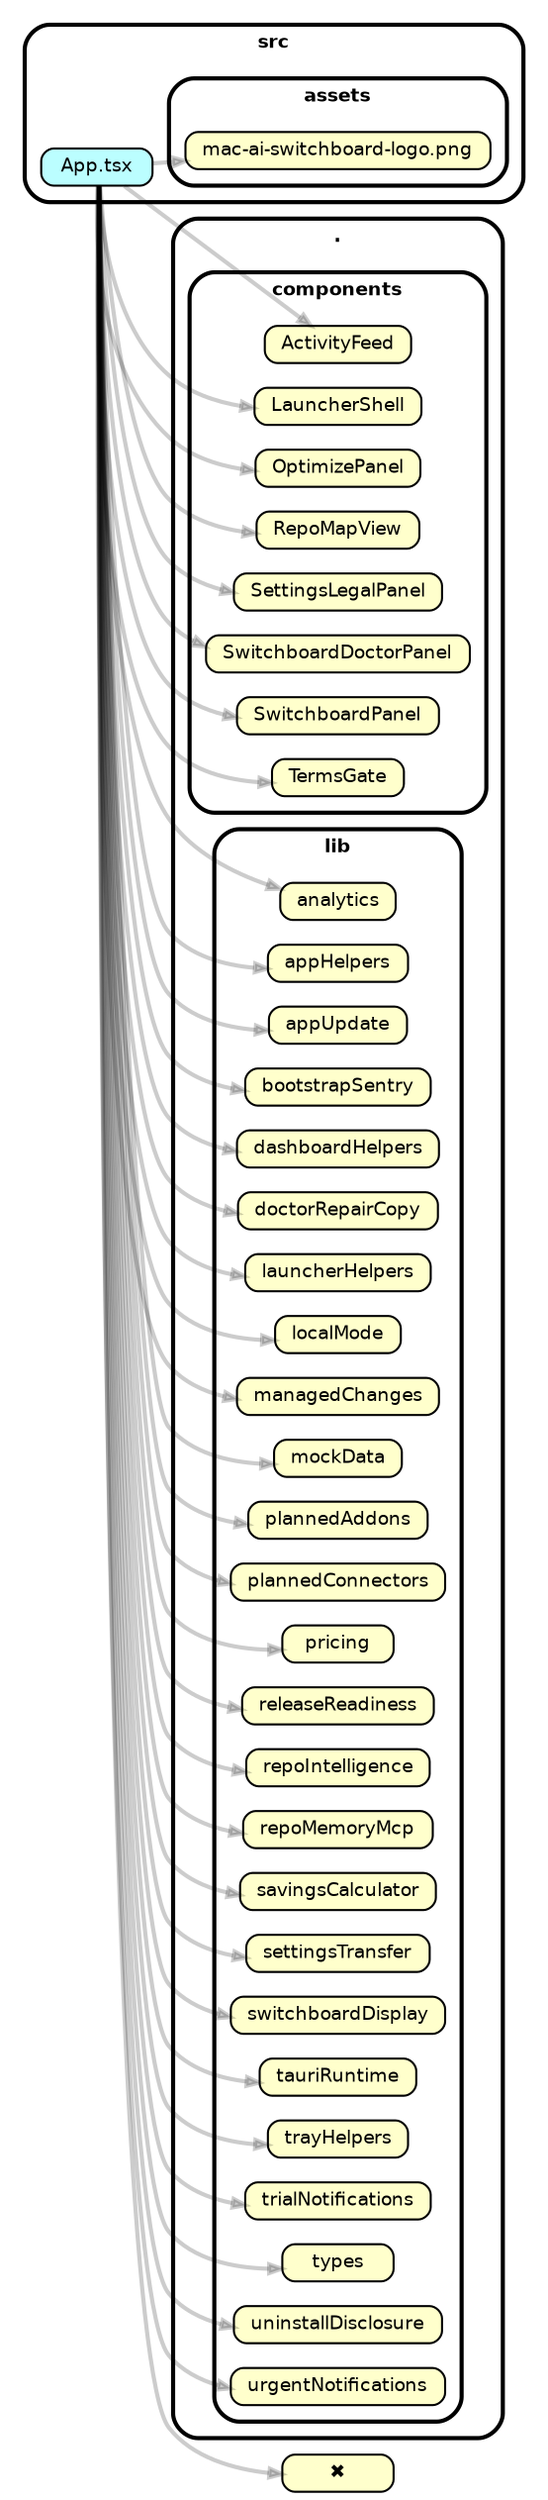
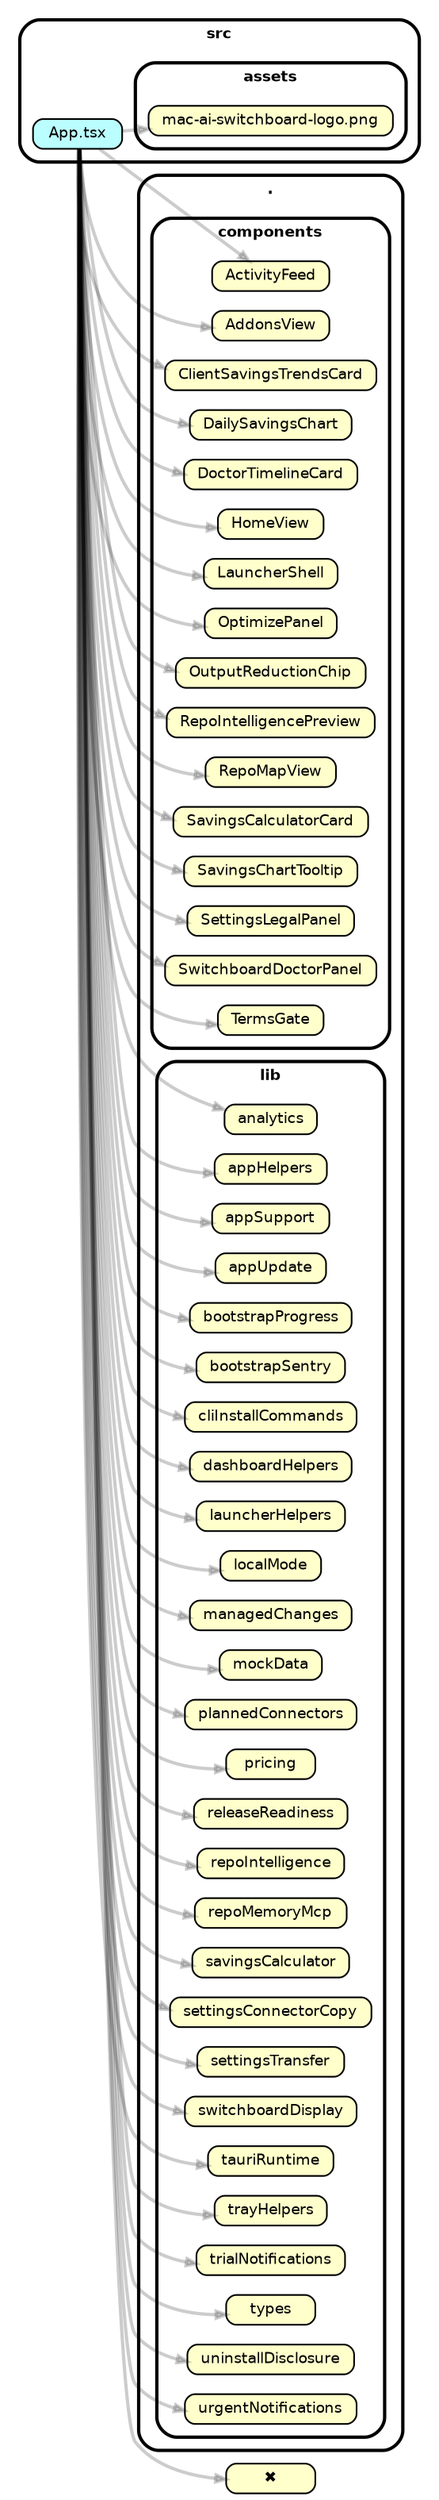
strict digraph "dependency-cruiser output"{
    rankdir="LR" splines="true" overlap="false" nodesep="0.16" ranksep="0.18" fontname="Helvetica-bold" fontsize="9" style="rounded,bold,filled" fillcolor="#ffffff" compound="true"
    node [shape="box" style="rounded, filled" height="0.2" color="black" fillcolor="#ffffcc" fontcolor="black" fontname="Helvetica" fontsize="9"]
    edge [arrowhead="normal" arrowsize="0.6" penwidth="2.0" color="#00000033" fontname="Helvetica" fontsize="9"]

    subgraph "cluster_." {label="." subgraph "cluster_./components" {label="components" "./components/ActivityFeed" [label=<ActivityFeed> tooltip="ActivityFeed" ] } }
+     subgraph "cluster_." {label="." subgraph "cluster_./components" {label="components" "./components/AddonsView" [label=<AddonsView> tooltip="AddonsView" ] } }
+     subgraph "cluster_." {label="." subgraph "cluster_./components" {label="components" "./components/ClientSavingsTrendsCard" [label=<ClientSavingsTrendsCard> tooltip="ClientSavingsTrendsCard" ] } }
+     subgraph "cluster_." {label="." subgraph "cluster_./components" {label="components" "./components/DailySavingsChart" [label=<DailySavingsChart> tooltip="DailySavingsChart" ] } }
+     subgraph "cluster_." {label="." subgraph "cluster_./components" {label="components" "./components/DoctorTimelineCard" [label=<DoctorTimelineCard> tooltip="DoctorTimelineCard" ] } }
+     subgraph "cluster_." {label="." subgraph "cluster_./components" {label="components" "./components/HomeView" [label=<HomeView> tooltip="HomeView" ] } }
    subgraph "cluster_." {label="." subgraph "cluster_./components" {label="components" "./components/LauncherShell" [label=<LauncherShell> tooltip="LauncherShell" ] } }
    subgraph "cluster_." {label="." subgraph "cluster_./components" {label="components" "./components/OptimizePanel" [label=<OptimizePanel> tooltip="OptimizePanel" ] } }
+     subgraph "cluster_." {label="." subgraph "cluster_./components" {label="components" "./components/OutputReductionChip" [label=<OutputReductionChip> tooltip="OutputReductionChip" ] } }
+     subgraph "cluster_." {label="." subgraph "cluster_./components" {label="components" "./components/RepoIntelligencePreview" [label=<RepoIntelligencePreview> tooltip="RepoIntelligencePreview" ] } }
    subgraph "cluster_." {label="." subgraph "cluster_./components" {label="components" "./components/RepoMapView" [label=<RepoMapView> tooltip="RepoMapView" ] } }
+     subgraph "cluster_." {label="." subgraph "cluster_./components" {label="components" "./components/SavingsCalculatorCard" [label=<SavingsCalculatorCard> tooltip="SavingsCalculatorCard" ] } }
+     subgraph "cluster_." {label="." subgraph "cluster_./components" {label="components" "./components/SavingsChartTooltip" [label=<SavingsChartTooltip> tooltip="SavingsChartTooltip" ] } }
    subgraph "cluster_." {label="." subgraph "cluster_./components" {label="components" "./components/SettingsLegalPanel" [label=<SettingsLegalPanel> tooltip="SettingsLegalPanel" ] } }
    subgraph "cluster_." {label="." subgraph "cluster_./components" {label="components" "./components/SwitchboardDoctorPanel" [label=<SwitchboardDoctorPanel> tooltip="SwitchboardDoctorPanel" ] } }
-     subgraph "cluster_." {label="." subgraph "cluster_./components" {label="components" "./components/SwitchboardPanel" [label=<SwitchboardPanel> tooltip="SwitchboardPanel" ] } }
    subgraph "cluster_." {label="." subgraph "cluster_./components" {label="components" "./components/TermsGate" [label=<TermsGate> tooltip="TermsGate" ] } }
    subgraph "cluster_." {label="." subgraph "cluster_./lib" {label="lib" "./lib/analytics" [label=<analytics> tooltip="analytics" ] } }
    subgraph "cluster_." {label="." subgraph "cluster_./lib" {label="lib" "./lib/appHelpers" [label=<appHelpers> tooltip="appHelpers" ] } }
+     subgraph "cluster_." {label="." subgraph "cluster_./lib" {label="lib" "./lib/appSupport" [label=<appSupport> tooltip="appSupport" ] } }
    subgraph "cluster_." {label="." subgraph "cluster_./lib" {label="lib" "./lib/appUpdate" [label=<appUpdate> tooltip="appUpdate" ] } }
+     subgraph "cluster_." {label="." subgraph "cluster_./lib" {label="lib" "./lib/bootstrapProgress" [label=<bootstrapProgress> tooltip="bootstrapProgress" ] } }
    subgraph "cluster_." {label="." subgraph "cluster_./lib" {label="lib" "./lib/bootstrapSentry" [label=<bootstrapSentry> tooltip="bootstrapSentry" ] } }
+     subgraph "cluster_." {label="." subgraph "cluster_./lib" {label="lib" "./lib/cliInstallCommands" [label=<cliInstallCommands> tooltip="cliInstallCommands" ] } }
    subgraph "cluster_." {label="." subgraph "cluster_./lib" {label="lib" "./lib/dashboardHelpers" [label=<dashboardHelpers> tooltip="dashboardHelpers" ] } }
-     subgraph "cluster_." {label="." subgraph "cluster_./lib" {label="lib" "./lib/doctorRepairCopy" [label=<doctorRepairCopy> tooltip="doctorRepairCopy" ] } }
    subgraph "cluster_." {label="." subgraph "cluster_./lib" {label="lib" "./lib/launcherHelpers" [label=<launcherHelpers> tooltip="launcherHelpers" ] } }
    subgraph "cluster_." {label="." subgraph "cluster_./lib" {label="lib" "./lib/localMode" [label=<localMode> tooltip="localMode" ] } }
    subgraph "cluster_." {label="." subgraph "cluster_./lib" {label="lib" "./lib/managedChanges" [label=<managedChanges> tooltip="managedChanges" ] } }
    subgraph "cluster_." {label="." subgraph "cluster_./lib" {label="lib" "./lib/mockData" [label=<mockData> tooltip="mockData" ] } }
-     subgraph "cluster_." {label="." subgraph "cluster_./lib" {label="lib" "./lib/plannedAddons" [label=<plannedAddons> tooltip="plannedAddons" ] } }
    subgraph "cluster_." {label="." subgraph "cluster_./lib" {label="lib" "./lib/plannedConnectors" [label=<plannedConnectors> tooltip="plannedConnectors" ] } }
    subgraph "cluster_." {label="." subgraph "cluster_./lib" {label="lib" "./lib/pricing" [label=<pricing> tooltip="pricing" ] } }
    subgraph "cluster_." {label="." subgraph "cluster_./lib" {label="lib" "./lib/releaseReadiness" [label=<releaseReadiness> tooltip="releaseReadiness" ] } }
    subgraph "cluster_." {label="." subgraph "cluster_./lib" {label="lib" "./lib/repoIntelligence" [label=<repoIntelligence> tooltip="repoIntelligence" ] } }
    subgraph "cluster_." {label="." subgraph "cluster_./lib" {label="lib" "./lib/repoMemoryMcp" [label=<repoMemoryMcp> tooltip="repoMemoryMcp" ] } }
    subgraph "cluster_." {label="." subgraph "cluster_./lib" {label="lib" "./lib/savingsCalculator" [label=<savingsCalculator> tooltip="savingsCalculator" ] } }
+     subgraph "cluster_." {label="." subgraph "cluster_./lib" {label="lib" "./lib/settingsConnectorCopy" [label=<settingsConnectorCopy> tooltip="settingsConnectorCopy" ] } }
    subgraph "cluster_." {label="." subgraph "cluster_./lib" {label="lib" "./lib/settingsTransfer" [label=<settingsTransfer> tooltip="settingsTransfer" ] } }
    subgraph "cluster_." {label="." subgraph "cluster_./lib" {label="lib" "./lib/switchboardDisplay" [label=<switchboardDisplay> tooltip="switchboardDisplay" ] } }
    subgraph "cluster_." {label="." subgraph "cluster_./lib" {label="lib" "./lib/tauriRuntime" [label=<tauriRuntime> tooltip="tauriRuntime" ] } }
    subgraph "cluster_." {label="." subgraph "cluster_./lib" {label="lib" "./lib/trayHelpers" [label=<trayHelpers> tooltip="trayHelpers" ] } }
    subgraph "cluster_." {label="." subgraph "cluster_./lib" {label="lib" "./lib/trialNotifications" [label=<trialNotifications> tooltip="trialNotifications" ] } }
    subgraph "cluster_." {label="." subgraph "cluster_./lib" {label="lib" "./lib/types" [label=<types> tooltip="types" ] } }
    subgraph "cluster_." {label="." subgraph "cluster_./lib" {label="lib" "./lib/uninstallDisclosure" [label=<uninstallDisclosure> tooltip="uninstallDisclosure" ] } }
    subgraph "cluster_." {label="." subgraph "cluster_./lib" {label="lib" "./lib/urgentNotifications" [label=<urgentNotifications> tooltip="urgentNotifications" ] } }
    subgraph "cluster_src" {label="src" "src/App.tsx" [label=<App.tsx> tooltip="App.tsx" URL="src/App.tsx" fillcolor="#bbfeff"] }
    "src/App.tsx" -> "src/assets/mac-ai-switchboard-logo.png"
    "src/App.tsx" -> "./components/ActivityFeed"
+     "src/App.tsx" -> "./components/AddonsView"
+     "src/App.tsx" -> "./components/ClientSavingsTrendsCard"
+     "src/App.tsx" -> "./components/DailySavingsChart"
+     "src/App.tsx" -> "./components/DoctorTimelineCard"
+     "src/App.tsx" -> "./components/HomeView"
    "src/App.tsx" -> "./components/LauncherShell"
    "src/App.tsx" -> "./components/OptimizePanel"
+     "src/App.tsx" -> "./components/OutputReductionChip"
+     "src/App.tsx" -> "./components/RepoIntelligencePreview"
    "src/App.tsx" -> "./components/RepoMapView"
+     "src/App.tsx" -> "./components/SavingsCalculatorCard"
+     "src/App.tsx" -> "./components/SavingsChartTooltip"
    "src/App.tsx" -> "./components/SettingsLegalPanel"
    "src/App.tsx" -> "./components/SwitchboardDoctorPanel"
-     "src/App.tsx" -> "./components/SwitchboardPanel"
    "src/App.tsx" -> "./components/TermsGate"
    "src/App.tsx" -> "./lib/analytics"
    "src/App.tsx" -> "./lib/appHelpers"
+     "src/App.tsx" -> "./lib/appSupport"
    "src/App.tsx" -> "./lib/appUpdate"
+     "src/App.tsx" -> "./lib/bootstrapProgress"
    "src/App.tsx" -> "./lib/bootstrapSentry"
+     "src/App.tsx" -> "./lib/cliInstallCommands"
    "src/App.tsx" -> "./lib/dashboardHelpers"
-     "src/App.tsx" -> "./lib/doctorRepairCopy"
    "src/App.tsx" -> "./lib/launcherHelpers"
    "src/App.tsx" -> "./lib/localMode"
    "src/App.tsx" -> "./lib/managedChanges"
    "src/App.tsx" -> "./lib/mockData"
-     "src/App.tsx" -> "./lib/plannedAddons"
    "src/App.tsx" -> "./lib/plannedConnectors"
    "src/App.tsx" -> "./lib/pricing"
    "src/App.tsx" -> "./lib/releaseReadiness"
    "src/App.tsx" -> "./lib/repoIntelligence"
    "src/App.tsx" -> "./lib/repoMemoryMcp"
    "src/App.tsx" -> "./lib/savingsCalculator"
+     "src/App.tsx" -> "./lib/settingsConnectorCopy"
    "src/App.tsx" -> "./lib/settingsTransfer"
    "src/App.tsx" -> "./lib/switchboardDisplay"
    "src/App.tsx" -> "./lib/tauriRuntime"
    "src/App.tsx" -> "./lib/trayHelpers"
    "src/App.tsx" -> "./lib/trialNotifications"
    "src/App.tsx" -> "./lib/types"
    "src/App.tsx" -> "./lib/uninstallDisclosure"
    "src/App.tsx" -> "./lib/urgentNotifications"
    "src/App.tsx" -> "✖"
    subgraph "cluster_src" {label="src" subgraph "cluster_src/assets" {label="assets" "src/assets/mac-ai-switchboard-logo.png" [label=<mac-ai-switchboard-logo.png> tooltip="mac-ai-switchboard-logo.png" URL="src/assets/mac-ai-switchboard-logo.png" ] } }
    "✖" [label=<✖> tooltip="✖" ]
}
